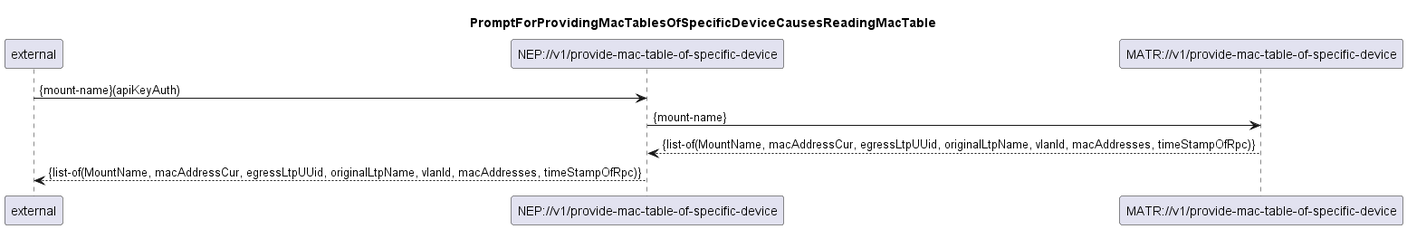
Above: spec/diagrams/101_ProvideMacTableOfSpecificDevice.png in openBackhaul/NetExplorerProxy (PlantUML), before the change.
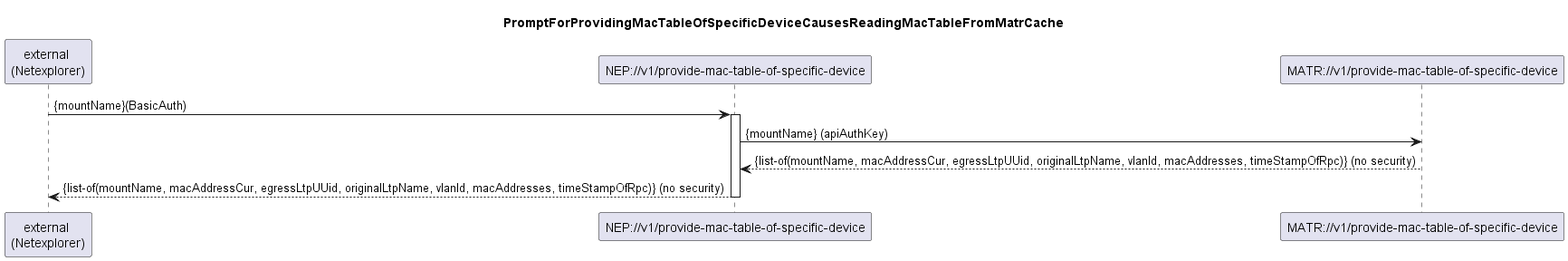
Later version of the same file.

Diff of the diagram source:
```diff
@@ -1,18 +1,20 @@
 @startuml 101_ProvideMacTableOfSpecificDevice
 skinparam responseMessageBelowArrow true
 
-title PromptForProvidingMacTablesOfSpecificDeviceCausesReadingMacTable
+title PromptForProvidingMacTableOfSpecificDeviceCausesReadingMacTableFromMatrCache
 
-participant external
+participant "external \n(Netexplorer)" as external
 participant "NEP://v1/provide-mac-table-of-specific-device" as nep
 participant "MATR://v1/provide-mac-table-of-specific-device" as matr
 
-external -> nep: {mount-name}(apiKeyAuth)
+external -> nep: {mountName}(BasicAuth)
+activate nep
 
-nep -> matr: {mount-name}
-matr --> nep: {list-of(MountName, macAddressCur, egressLtpUUid, originalLtpName, vlanId, macAddresses, timeStampOfRpc)}
+nep -> matr: {mountName} (apiAuthKey)
+matr --> nep: {list-of(mountName, macAddressCur, egressLtpUUid, originalLtpName, vlanId, macAddresses, timeStampOfRpc)} (no security)
 
-nep --> external: {list-of(MountName, macAddressCur, egressLtpUUid, originalLtpName, vlanId, macAddresses, timeStampOfRpc)}
+nep --> external: {list-of(mountName, macAddressCur, egressLtpUUid, originalLtpName, vlanId, macAddresses, timeStampOfRpc)} (no security)
 
+deactivate nep
 
 @enduml
```
